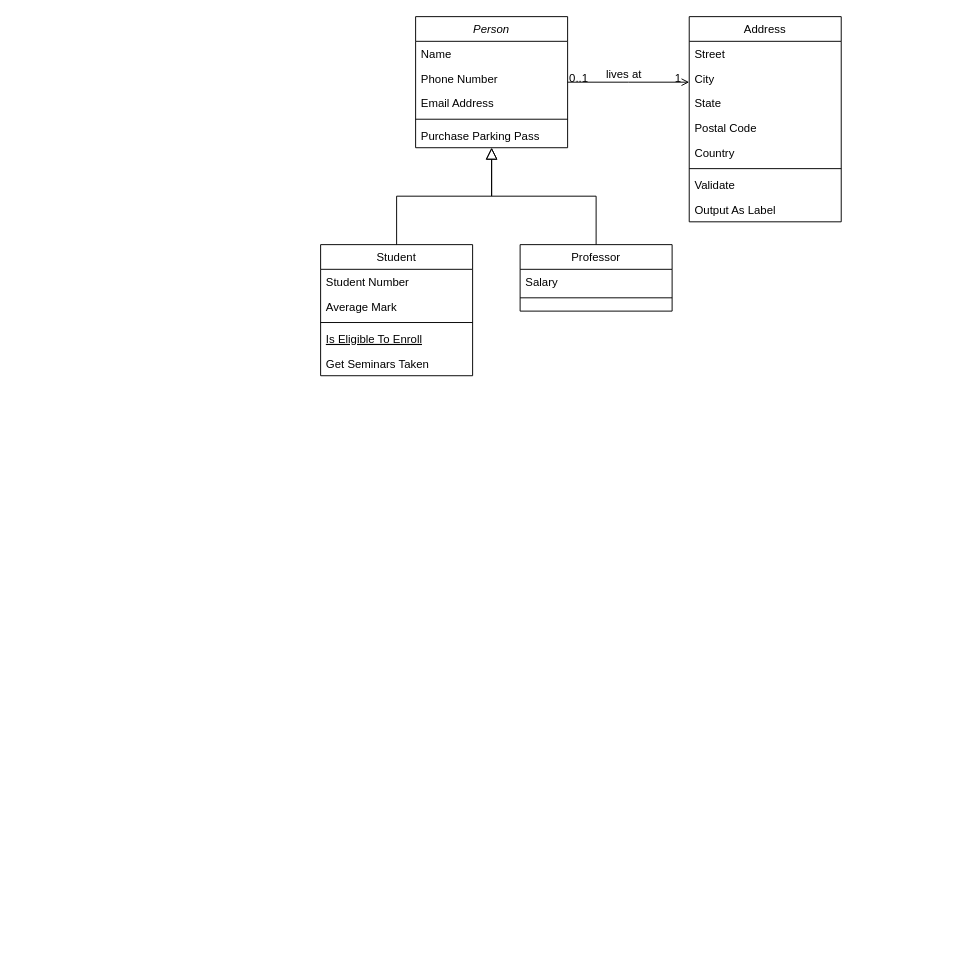
Above: Untitled Diagram.drawio in KIm-Davids/Chibuzo-Assingment (draw.io), before the change. Source tidied: cells renumbered, new cells numbered last; positions are measured from the earlier drawing's top-left corner, leaving out a move shared by most shapes. Both pictures are drawn from the tidied source at 95%, with x=0, y=0 at pixel (320, 16).
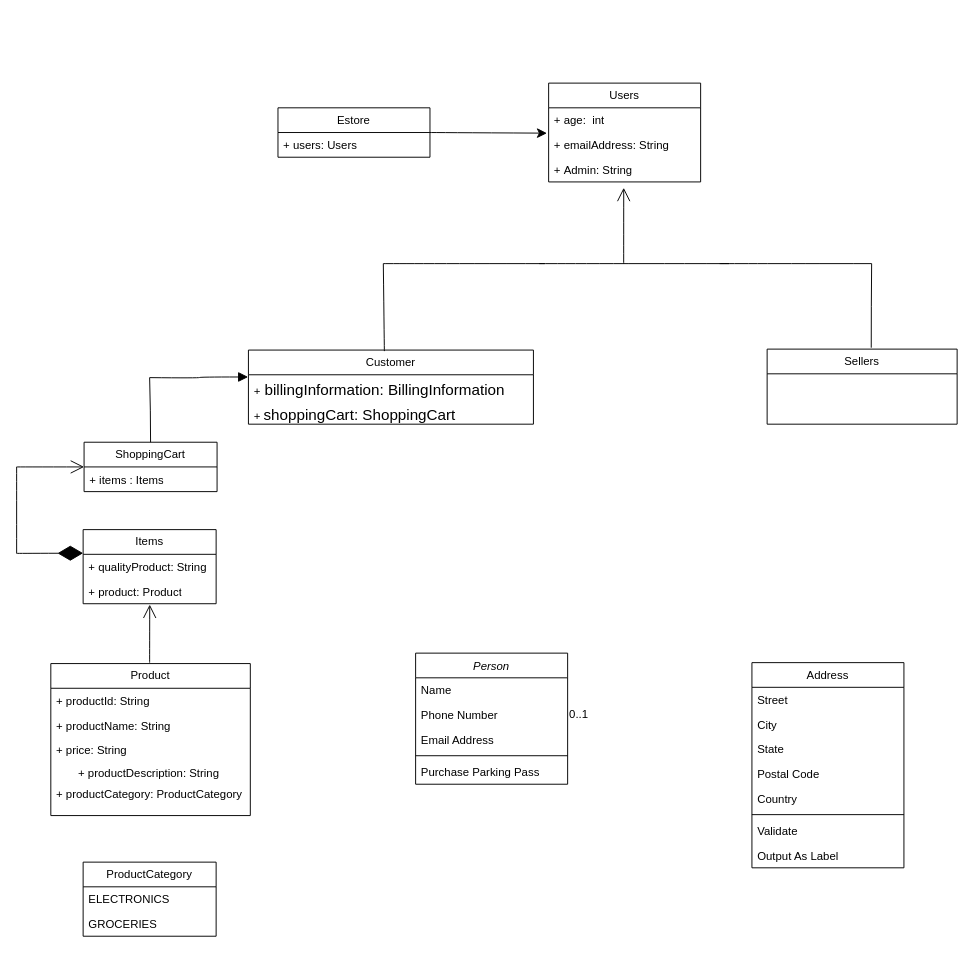
The same page after the edit.

The edit, as a diff of the source:
```diff
@@
-    <mxCell id="2" value="Person" style="swimlane;fontStyle=2;align=center;verticalAlign=top;horizontal=1;startSize=26;rounded=0;shadow=0;strokeWidth=1;" parent="1" vertex="1">
-      <mxGeometry x="100" width="160" height="138" as="geometry" />
-    </mxCell>
-    <mxCell id="3" value="Name" style="text;align=left;verticalAlign=top;spacingLeft=4;spacingRight=4;overflow=hidden;" parent="2" vertex="1">
-      <mxGeometry y="26" width="160" height="26" as="geometry" />
-    </mxCell>
-    <mxCell id="4" value="Phone Number" style="text;align=left;verticalAlign=top;spacingLeft=4;spacingRight=4;overflow=hidden;rounded=0;shadow=0;html=0;" parent="2" vertex="1">
-      <mxGeometry y="52" width="160" height="26" as="geometry" />
-    </mxCell>
-    <mxCell id="5" value="Email Address" style="text;align=left;verticalAlign=top;spacingLeft=4;spacingRight=4;overflow=hidden;rounded=0;shadow=0;html=0;" parent="2" vertex="1">
-      <mxGeometry y="78" width="160" height="26" as="geometry" />
-    </mxCell>
-    <mxCell id="6" style="line;html=1;strokeWidth=1;align=left;verticalAlign=middle;spacingTop=-1;spacingLeft=3;spacingRight=3;labelPosition=right;" parent="2" vertex="1">
-      <mxGeometry y="104" width="160" height="8" as="geometry" />
-    </mxCell>
-    <mxCell id="7" value="Purchase Parking Pass" style="text;align=left;verticalAlign=top;spacingLeft=4;spacingRight=4;overflow=hidden;" parent="2" vertex="1">
-      <mxGeometry y="112" width="160" height="26" as="geometry" />
-    </mxCell>
-    <mxCell id="8" value="Student" style="swimlane;fontStyle=0;align=center;verticalAlign=top;horizontal=1;startSize=26;rounded=0;shadow=0;strokeWidth=1;" parent="1" vertex="1">
-      <mxGeometry y="240" width="160" height="138" as="geometry" />
-    </mxCell>
-    <mxCell id="9" value="Student Number" style="text;align=left;verticalAlign=top;spacingLeft=4;spacingRight=4;overflow=hidden;" parent="8" vertex="1">
-      <mxGeometry y="26" width="160" height="26" as="geometry" />
-    </mxCell>
-    <mxCell id="10" value="Average Mark" style="text;align=left;verticalAlign=top;spacingLeft=4;spacingRight=4;overflow=hidden;rounded=0;shadow=0;html=0;" parent="8" vertex="1">
-      <mxGeometry y="52" width="160" height="26" as="geometry" />
-    </mxCell>
-    <mxCell id="11" style="line;html=1;strokeWidth=1;align=left;verticalAlign=middle;spacingTop=-1;spacingLeft=3;spacingRight=3;labelPosition=right;" parent="8" vertex="1">
-      <mxGeometry y="78" width="160" height="8" as="geometry" />
-    </mxCell>
-    <mxCell id="12" value="Is Eligible To Enroll" style="text;align=left;verticalAlign=top;spacingLeft=4;spacingRight=4;overflow=hidden;fontStyle=4;" parent="8" vertex="1">
-      <mxGeometry y="86" width="160" height="26" as="geometry" />
-    </mxCell>
-    <mxCell id="13" value="Get Seminars Taken" style="text;align=left;verticalAlign=top;spacingLeft=4;spacingRight=4;overflow=hidden;" parent="8" vertex="1">
-      <mxGeometry y="112" width="160" height="26" as="geometry" />
-    </mxCell>
-    <mxCell id="14" style="endArrow=block;endSize=10;endFill=0;shadow=0;strokeWidth=1;rounded=0;curved=0;edgeStyle=elbowEdgeStyle;elbow=vertical;" parent="1" edge="1" source="8" target="2">
-      <mxGeometry relative="1" as="geometry" />
-    </mxCell>
-    <mxCell id="15" value="Professor" style="swimlane;fontStyle=0;align=center;verticalAlign=top;horizontal=1;startSize=26;rounded=0;shadow=0;strokeWidth=1;" parent="1" vertex="1">
-      <mxGeometry x="210" y="240" width="160" height="70" as="geometry" />
-    </mxCell>
-    <mxCell id="16" value="Salary" style="text;align=left;verticalAlign=top;spacingLeft=4;spacingRight=4;overflow=hidden;" parent="15" vertex="1">
-      <mxGeometry y="26" width="160" height="26" as="geometry" />
-    </mxCell>
-    <mxCell id="17" style="line;html=1;strokeWidth=1;align=left;verticalAlign=middle;spacingTop=-1;spacingLeft=3;spacingRight=3;labelPosition=right;" parent="15" vertex="1">
-      <mxGeometry y="52" width="160" height="8" as="geometry" />
-    </mxCell>
-    <mxCell id="18" style="endArrow=block;endSize=10;endFill=0;shadow=0;strokeWidth=1;rounded=0;curved=0;edgeStyle=elbowEdgeStyle;elbow=vertical;" parent="1" edge="1" source="15" target="2">
-      <mxGeometry relative="1" as="geometry" />
-    </mxCell>
     <mxCell id="19" value="Address" style="swimlane;fontStyle=0;align=center;verticalAlign=top;horizontal=1;startSize=26;rounded=0;shadow=0;strokeWidth=1;" parent="1" vertex="1">
-      <mxGeometry x="388" width="160" height="216" as="geometry" />
+      <mxGeometry x="454" y="680" width="160" height="216" as="geometry" />
     </mxCell>
@@
-    <mxCell id="28" style="endArrow=open;shadow=0;strokeWidth=1;rounded=0;curved=0;endFill=1;edgeStyle=elbowEdgeStyle;elbow=vertical;" parent="1" edge="1" source="2" target="19">
-      <mxGeometry x="0.5" y="41" relative="1" as="geometry">
-        <mxPoint x="-40" y="32" as="offset" />
-      </mxGeometry>
-    </mxCell>
+    <mxCell id="2" value="Person" style="swimlane;fontStyle=2;align=center;verticalAlign=top;horizontal=1;startSize=26;rounded=0;shadow=0;strokeWidth=1;" parent="1" vertex="1">
+      <mxGeometry x="100" y="670" width="160" height="138" as="geometry" />
+    </mxCell>
+    <mxCell id="3" value="Name" style="text;align=left;verticalAlign=top;spacingLeft=4;spacingRight=4;overflow=hidden;" parent="2" vertex="1">
+      <mxGeometry y="26" width="160" height="26" as="geometry" />
+    </mxCell>
+    <mxCell id="4" value="Phone Number" style="text;align=left;verticalAlign=top;spacingLeft=4;spacingRight=4;overflow=hidden;rounded=0;shadow=0;html=0;" parent="2" vertex="1">
+      <mxGeometry y="52" width="160" height="26" as="geometry" />
+    </mxCell>
+    <mxCell id="5" value="Email Address" style="text;align=left;verticalAlign=top;spacingLeft=4;spacingRight=4;overflow=hidden;rounded=0;shadow=0;html=0;" parent="2" vertex="1">
+      <mxGeometry y="78" width="160" height="26" as="geometry" />
+    </mxCell>
+    <mxCell id="6" style="line;html=1;strokeWidth=1;align=left;verticalAlign=middle;spacingTop=-1;spacingLeft=3;spacingRight=3;labelPosition=right;" parent="2" vertex="1">
+      <mxGeometry y="104" width="160" height="8" as="geometry" />
+    </mxCell>
+    <mxCell id="7" value="Purchase Parking Pass" style="text;align=left;verticalAlign=top;spacingLeft=4;spacingRight=4;overflow=hidden;" parent="2" vertex="1">
+      <mxGeometry y="112" width="160" height="26" as="geometry" />
+    </mxCell>
-    <mxCell id="29" value="0..1" style="align=left;verticalAlign=bottom;labelBackgroundColor=none;fontSize=12;" parent="28" vertex="1">
-      <mxGeometry x="-1" relative="1" as="geometry">
-        <mxPoint y="4" as="offset" />
-      </mxGeometry>
+    <mxCell id="29" value="0..1" style="align=left;verticalAlign=bottom;labelBackgroundColor=none;fontSize=12;" parent="1" vertex="1">
+      <mxGeometry x="260" y="743.2" as="geometry" />
     </mxCell>
-    <mxCell id="30" value="1" style="align=right;verticalAlign=bottom;labelBackgroundColor=none;fontSize=12;" parent="28" vertex="1">
-      <mxGeometry x="1" relative="1" as="geometry">
-        <mxPoint x="-7" y="4" as="offset" />
-      </mxGeometry>
-    </mxCell>
-    <mxCell id="31" value="lives at" style="text;html=1;align=center;verticalAlign=middle;labelBackgroundColor=none;rounded=0;shadow=0;strokeWidth=1;fontSize=12;" parent="28" vertex="1">
-      <mxGeometry x="0.5" y="49" relative="1" as="geometry">
-        <mxPoint x="-38" y="40" as="offset" />
-      </mxGeometry>
-    </mxCell>
+    <mxCell id="32" style="endArrow=classic;html=1;rounded=0;fontSize=12;startSize=8;endSize=8;curved=1;entryX=-0.011;entryY=1.026;entryDx=0;entryDy=0;exitX=1;exitY=0.5;exitDx=0;exitDy=0;entryPerimeter=0;" parent="1" edge="1" source="34" target="37">
+      <mxGeometry relative="1" as="geometry" />
+    </mxCell>
+    <mxCell id="33" style="endArrow=none;html=1;rounded=0;fontSize=12;startSize=8;endSize=8;curved=1;exitX=0.446;exitY=0.019;exitDx=0;exitDy=0;exitPerimeter=0;" parent="1" edge="1">
+      <mxGeometry relative="1" as="geometry">
+        <mxPoint x="67.1" y="352.1" as="sourcePoint" />
+        <mxPoint x="66" y="260" as="targetPoint" />
+      </mxGeometry>
+    </mxCell>
+    <mxCell id="34" value="Estore" style="swimlane;fontStyle=0;horizontal=1;startSize=26;fillColor=none;whiteSpace=wrap;html=1;" parent="1" vertex="1">
+      <mxGeometry x="-44.9" y="96" width="160" height="52" as="geometry" />
+    </mxCell>
+    <mxCell id="35" value="+ users: Users" style="text;strokeColor=none;fillColor=none;align=left;verticalAlign=top;spacingLeft=4;spacingRight=4;overflow=hidden;whiteSpace=wrap;html=1;" parent="34" vertex="1">
+      <mxGeometry y="26" width="160" height="26" as="geometry" />
+    </mxCell>
+    <mxCell id="36" value="&lt;span style=&quot;text-wrap: nowrap;&quot;&gt;Users&lt;/span&gt;" style="swimlane;fontStyle=0;horizontal=1;startSize=26;fillColor=none;whiteSpace=wrap;html=1;" parent="1" vertex="1">
+      <mxGeometry x="240" y="70" width="160" height="104" as="geometry" />
+    </mxCell>
+    <mxCell id="37" value="+&amp;nbsp;&lt;span style=&quot;text-wrap: nowrap;&quot;&gt;age&lt;/span&gt;:&amp;nbsp;&lt;span style=&quot;text-wrap: nowrap;&quot;&gt;&amp;nbsp;int&lt;/span&gt;" style="text;strokeColor=none;fillColor=none;align=left;verticalAlign=top;spacingLeft=4;spacingRight=4;overflow=hidden;points=[[0,0.5],[1,0.5]];portConstraint=eastwest;whiteSpace=wrap;html=1;" parent="36" vertex="1">
+      <mxGeometry y="26" width="160" height="26" as="geometry" />
+    </mxCell>
+    <mxCell id="38" value="+&amp;nbsp;&lt;span style=&quot;text-wrap: nowrap;&quot;&gt;emailAddress&lt;/span&gt;:&amp;nbsp;&lt;span style=&quot;text-wrap: nowrap;&quot;&gt;String&lt;/span&gt;" style="text;strokeColor=none;fillColor=none;align=left;verticalAlign=top;spacingLeft=4;spacingRight=4;overflow=hidden;whiteSpace=wrap;html=1;" parent="36" vertex="1">
+      <mxGeometry y="52" width="160" height="26" as="geometry" />
+    </mxCell>
+    <mxCell id="39" value="+&amp;nbsp;&lt;span style=&quot;text-wrap: nowrap;&quot;&gt;Admin&lt;/span&gt;:&amp;nbsp;&lt;span style=&quot;text-wrap: nowrap;&quot;&gt;String&lt;/span&gt;" style="text;strokeColor=none;fillColor=none;align=left;verticalAlign=top;spacingLeft=4;spacingRight=4;overflow=hidden;points=[[0,0.5],[1,0.5]];portConstraint=eastwest;whiteSpace=wrap;html=1;" parent="36" vertex="1">
+      <mxGeometry y="78" width="160" height="26" as="geometry" />
+    </mxCell>
+    <mxCell id="40" style="endArrow=none;html=1;edgeStyle=orthogonalEdgeStyle;rounded=0;fontSize=12;startSize=8;endSize=8;curved=1;" parent="1" edge="1">
+      <mxGeometry relative="1" as="geometry">
+        <mxPoint x="66" y="260" as="sourcePoint" />
+        <mxPoint x="236" y="260" as="targetPoint" />
+      </mxGeometry>
+    </mxCell>
+    <mxCell id="41" style="endArrow=open;endFill=1;endSize=12;html=1;rounded=0;fontSize=12;curved=1;entryX=0.494;entryY=1.237;entryDx=0;entryDy=0;entryPerimeter=0;" parent="1" edge="1" target="39">
+      <mxGeometry relative="1" as="geometry">
+        <mxPoint x="319" y="260" as="sourcePoint" />
+      </mxGeometry>
+    </mxCell>
+    <mxCell id="42" value="Sellers" style="swimlane;fontStyle=0;horizontal=1;startSize=26;fillColor=none;whiteSpace=wrap;html=1;" parent="1" vertex="1">
+      <mxGeometry x="470" y="350" width="200" height="79" as="geometry" />
+    </mxCell>
+    <mxCell id="43" style="endArrow=none;html=1;edgeStyle=orthogonalEdgeStyle;rounded=0;fontSize=12;startSize=8;endSize=8;curved=1;" parent="1" edge="1">
+      <mxGeometry relative="1" as="geometry">
+        <mxPoint x="230" y="260" as="sourcePoint" />
+        <mxPoint x="430" y="260" as="targetPoint" />
+      </mxGeometry>
+    </mxCell>
+    <mxCell id="44" style="endArrow=none;html=1;edgeStyle=orthogonalEdgeStyle;rounded=0;fontSize=12;startSize=8;endSize=8;curved=1;" parent="1" edge="1">
+      <mxGeometry relative="1" as="geometry">
+        <mxPoint x="420" y="260" as="sourcePoint" />
+        <mxPoint x="580" y="260" as="targetPoint" />
+      </mxGeometry>
+    </mxCell>
+    <mxCell id="45" value="ShoppingCart" style="swimlane;fontStyle=0;horizontal=1;startSize=26;fillColor=none;whiteSpace=wrap;html=1;" parent="1" vertex="1">
+      <mxGeometry x="-249" y="448" width="140" height="52" as="geometry" />
+    </mxCell>
+    <mxCell id="46" value="+ items : Items" style="text;strokeColor=none;fillColor=none;align=left;verticalAlign=top;spacingLeft=4;spacingRight=4;overflow=hidden;whiteSpace=wrap;html=1;" parent="45" vertex="1">
+      <mxGeometry y="26" width="140" height="26" as="geometry" />
+    </mxCell>
+    <mxCell id="47" style="endArrow=open;endFill=1;endSize=12;html=1;rounded=0;fontSize=12;curved=1;entryX=0;entryY=0.5;entryDx=0;entryDy=0;" parent="1" edge="1" target="45">
+      <mxGeometry relative="1" as="geometry">
+        <mxPoint x="-320" y="474" as="sourcePoint" />
+      </mxGeometry>
+    </mxCell>
+    <mxCell id="48" style="endArrow=none;html=1;edgeStyle=orthogonalEdgeStyle;rounded=0;fontSize=12;startSize=8;endSize=8;curved=1;" parent="1" edge="1">
+      <mxGeometry relative="1" as="geometry">
+        <mxPoint x="-320" y="565" as="sourcePoint" />
+        <mxPoint x="-320" y="474" as="targetPoint" />
+        <Array as="points">
+          <mxPoint x="-320" y="499.4" />
+          <mxPoint x="-320" y="499.4" />
+        </Array>
+      </mxGeometry>
+    </mxCell>
+    <mxCell id="49" style="endArrow=diamondThin;endFill=1;endSize=24;html=1;rounded=0;fontSize=12;curved=1;" parent="1" edge="1">
+      <mxGeometry relative="1" as="geometry">
+        <mxPoint x="-320" y="565" as="sourcePoint" />
+        <mxPoint x="-250" y="564.8" as="targetPoint" />
+      </mxGeometry>
+    </mxCell>
+    <mxCell id="50" value="Items" style="swimlane;fontStyle=0;horizontal=1;startSize=26;fillColor=none;whiteSpace=wrap;html=1;" parent="1" vertex="1">
+      <mxGeometry x="-250" y="540" width="140" height="78" as="geometry" />
+    </mxCell>
+    <mxCell id="51" value="+ qualityProduct: String" style="text;strokeColor=none;fillColor=none;align=left;verticalAlign=top;spacingLeft=4;spacingRight=4;overflow=hidden;whiteSpace=wrap;html=1;" parent="50" vertex="1">
+      <mxGeometry y="26" width="140" height="26" as="geometry" />
+    </mxCell>
+    <mxCell id="52" value="+ product: Product" style="text;strokeColor=none;fillColor=none;align=left;verticalAlign=top;spacingLeft=4;spacingRight=4;overflow=hidden;whiteSpace=wrap;html=1;" parent="50" vertex="1">
+      <mxGeometry y="52" width="140" height="26" as="geometry" />
+    </mxCell>
+    <mxCell id="53" style="endArrow=open;endFill=1;endSize=12;html=1;rounded=0;fontSize=12;curved=1;entryX=0.501;entryY=1.302;entryDx=0;entryDy=0;entryPerimeter=0;" parent="1" edge="1">
+      <mxGeometry relative="1" as="geometry">
+        <mxPoint x="-180" y="680" as="sourcePoint" />
+        <mxPoint x="-179.9" y="618.9" as="targetPoint" />
+      </mxGeometry>
+    </mxCell>
+    <mxCell id="54" style="endArrow=none;html=1;edgeStyle=orthogonalEdgeStyle;rounded=0;fontSize=12;startSize=8;endSize=8;curved=1;" parent="1" edge="1" source="45">
+      <mxGeometry relative="1" as="geometry">
+        <mxPoint x="-180" y="380" as="targetPoint" />
+      </mxGeometry>
+    </mxCell>
+    <mxCell id="55" value="Product" style="swimlane;fontStyle=0;horizontal=1;startSize=26;fillColor=none;whiteSpace=wrap;html=1;" parent="1" vertex="1">
+      <mxGeometry x="-284" y="681" width="210" height="160" as="geometry" />
+    </mxCell>
+    <mxCell id="56" value="+ productId: String" style="text;strokeColor=none;fillColor=none;align=left;verticalAlign=top;spacingLeft=4;spacingRight=4;overflow=hidden;whiteSpace=wrap;html=1;" parent="55" vertex="1">
+      <mxGeometry y="26" width="210" height="26" as="geometry" />
+    </mxCell>
+    <mxCell id="57" value="+ productName: String" style="text;strokeColor=none;fillColor=none;align=left;verticalAlign=top;spacingLeft=4;spacingRight=4;overflow=hidden;whiteSpace=wrap;html=1;" parent="55" vertex="1">
+      <mxGeometry y="52" width="210" height="26" as="geometry" />
+    </mxCell>
+    <mxCell id="58" value="+ price: String" style="text;strokeColor=none;fillColor=none;align=left;verticalAlign=top;spacingLeft=4;spacingRight=4;overflow=hidden;whiteSpace=wrap;html=1;" parent="55" vertex="1">
+      <mxGeometry y="78" width="210" height="26" as="geometry" />
+    </mxCell>
+    <mxCell id="59" style="edgeStyle=none;curved=1;rounded=0;orthogonalLoop=1;jettySize=auto;html=1;exitX=0.75;exitY=0;exitDx=0;exitDy=0;fontSize=12;startSize=8;endSize=8;" parent="55" edge="1" source="62" target="62">
+      <mxGeometry relative="1" as="geometry" />
+    </mxCell>
+    <mxCell id="60" style="edgeStyle=none;curved=1;rounded=0;orthogonalLoop=1;jettySize=auto;html=1;exitX=0;exitY=1;exitDx=0;exitDy=0;fontSize=12;startSize=8;endSize=8;" parent="55" edge="1" source="62" target="62">
+      <mxGeometry relative="1" as="geometry" />
+    </mxCell>
+    <mxCell id="61" style="edgeStyle=none;curved=1;rounded=0;orthogonalLoop=1;jettySize=auto;html=1;exitX=0.5;exitY=0;exitDx=0;exitDy=0;fontSize=12;startSize=8;endSize=8;" parent="55" edge="1" source="62" target="62">
+      <mxGeometry relative="1" as="geometry" />
+    </mxCell>
+    <mxCell id="62" value="&lt;div style=&quot;text-align: left;&quot;&gt;&lt;span style=&quot;font-size: 12px;&quot;&gt;+ productDescription: String&amp;nbsp;&lt;/span&gt;&lt;br&gt;&lt;/div&gt;" style="text;html=1;align=center;verticalAlign=middle;whiteSpace=wrap;rounded=0;fontSize=16;" parent="55" vertex="1">
+      <mxGeometry y="104" width="210" height="20" as="geometry" />
+    </mxCell>
+    <mxCell id="63" value="+ productCategory: ProductCategory" style="text;strokeColor=none;fillColor=none;align=left;verticalAlign=top;spacingLeft=4;spacingRight=4;overflow=hidden;whiteSpace=wrap;html=1;" parent="55" vertex="1">
+      <mxGeometry y="124" width="210" height="36" as="geometry" />
+    </mxCell>
+    <mxCell id="64" style="endArrow=block;endFill=1;html=1;edgeStyle=orthogonalEdgeStyle;align=left;verticalAlign=top;rounded=0;fontSize=12;startSize=8;endSize=8;curved=1;entryX=-0.001;entryY=0.09;entryDx=0;entryDy=0;entryPerimeter=0;" parent="1" edge="1" target="69">
+      <mxGeometry x="-1" relative="1" as="geometry">
+        <mxPoint x="-180" y="380" as="sourcePoint" />
+      </mxGeometry>
+    </mxCell>
+    <mxCell id="65" value="ProductCategory" style="swimlane;fontStyle=0;horizontal=1;startSize=26;fillColor=none;whiteSpace=wrap;html=1;" parent="1" vertex="1">
+      <mxGeometry x="-250" y="890" width="140" height="78" as="geometry" />
+    </mxCell>
+    <mxCell id="66" value="ELECTRONICS" style="text;strokeColor=none;fillColor=none;align=left;verticalAlign=top;spacingLeft=4;spacingRight=4;overflow=hidden;whiteSpace=wrap;html=1;" parent="65" vertex="1">
+      <mxGeometry y="26" width="140" height="26" as="geometry" />
+    </mxCell>
+    <mxCell id="67" value="GROCERIES" style="text;strokeColor=none;fillColor=none;align=left;verticalAlign=top;spacingLeft=4;spacingRight=4;overflow=hidden;whiteSpace=wrap;html=1;" parent="65" vertex="1">
+      <mxGeometry y="52" width="140" height="26" as="geometry" />
+    </mxCell>
+    <mxCell id="68" value="Customer" style="swimlane;fontStyle=0;horizontal=1;startSize=26;fillColor=none;whiteSpace=wrap;html=1;" parent="1" vertex="1">
+      <mxGeometry x="-76" y="351" width="300" height="78" as="geometry" />
+    </mxCell>
+    <mxCell id="69" value="+&lt;span style=&quot;font-size: 16px; text-align: center; text-wrap: nowrap;&quot;&gt;&amp;nbsp;billingInformation: BillingInformation&amp;nbsp;&lt;/span&gt;" style="text;strokeColor=none;fillColor=none;align=left;verticalAlign=top;spacingLeft=4;spacingRight=4;overflow=hidden;points=[[0,0.5],[1,0.5]];portConstraint=eastwest;whiteSpace=wrap;html=1;" parent="68" vertex="1">
+      <mxGeometry y="26" width="300" height="26" as="geometry" />
+    </mxCell>
+    <mxCell id="70" value="+&amp;nbsp;&lt;span style=&quot;font-size: 16px; text-align: center; text-wrap: nowrap;&quot;&gt;shoppingCart: ShoppingCart&amp;nbsp;&lt;/span&gt;" style="text;strokeColor=none;fillColor=none;align=left;verticalAlign=top;spacingLeft=4;spacingRight=4;overflow=hidden;whiteSpace=wrap;html=1;" parent="68" vertex="1">
+      <mxGeometry y="52" width="300" height="26" as="geometry" />
+    </mxCell>
+    <mxCell id="71" style="endArrow=none;html=1;edgeStyle=orthogonalEdgeStyle;rounded=0;fontSize=12;startSize=8;endSize=8;curved=1;exitX=0.548;exitY=-0.019;exitDx=0;exitDy=0;exitPerimeter=0;" parent="1" edge="1" source="42">
+      <mxGeometry relative="1" as="geometry">
+        <mxPoint x="580" y="260" as="targetPoint" />
+      </mxGeometry>
+    </mxCell>
```
